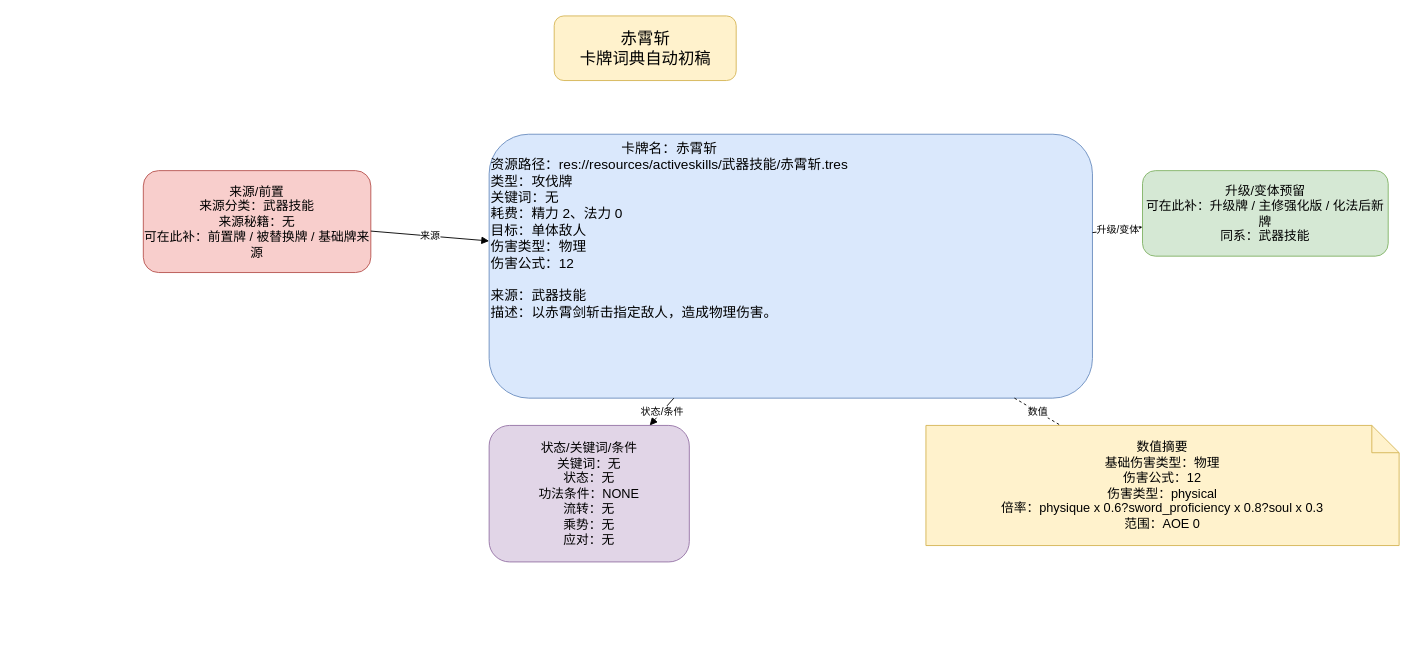
ankundanetracyc-spec/tian-guan-you-du keeps this draw.io diagram as page "赤霄斩" (1 of 2) of docs/卡牌词典/武器技能/赤霄斩.drawio. Above is the earlier version. Source tidied: cells renumbered, new cells numbered last; positions are measured from the earlier drawing's top-left corner, leaving out a move shared by most shapes. Both pictures are drawn from the tidied source at 91%, with x=0, y=0 at pixel (143, 15).
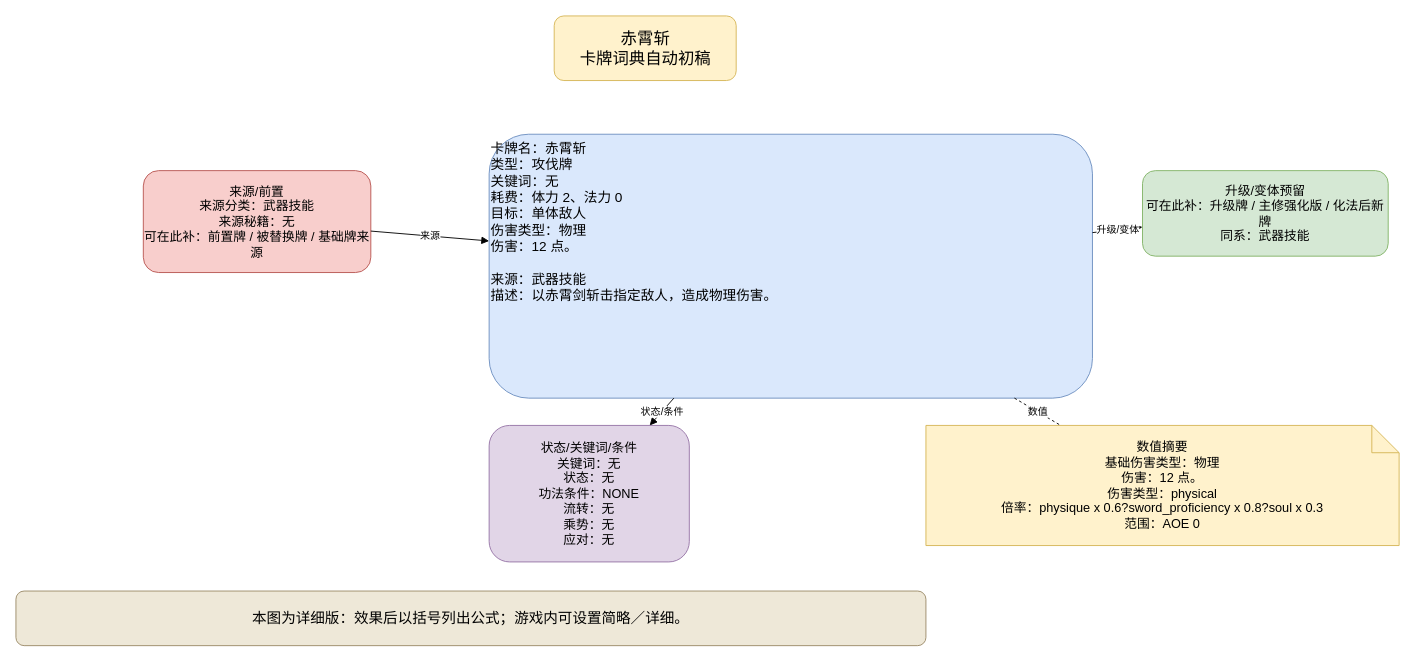
After the change.

Change to the diagram source:
```diff
@@
 <mxGraphModel>
   <root>
     <mxCell id="0" />
     <mxCell id="1" parent="0" />
     <mxCell id="2" value="赤霄斩&#10;卡牌词典自动初稿" style="rounded=1;whiteSpace=wrap;html=1;fillColor=#fff2cc;strokeColor=#d6b656;fontSize=18;" parent="1" vertex="1">
       <mxGeometry x="451.5" width="200" height="71" as="geometry" />
     </mxCell>
-    <mxCell id="3" value="&lt;div style=&quot;text-align:center;&quot;&gt;卡牌名：赤霄斩&lt;/div&gt;&lt;div style=&quot;text-align:left;&quot;&gt;资源路径：res://resources/activeskills/武器技能/赤霄斩.tres&lt;br&gt;类型：攻伐牌&lt;br&gt;关键词：无&lt;br&gt;耗费：精力 2、法力 0&lt;br&gt;目标：单体敌人&lt;br&gt;伤害类型：物理&lt;br&gt;伤害公式：12&lt;/div&gt;&lt;br&gt;来源：武器技能&lt;br&gt;描述：以赤霄剑斩击指定敌人，造成物理伤害。" style="rounded=1;whiteSpace=wrap;html=1;fillColor=#dae8fc;strokeColor=#6c8ebf;fontSize=15;align=left;verticalAlign=top;" parent="1" vertex="1">
+    <mxCell id="3" value="卡牌名：赤霄斩&#10;类型：攻伐牌&#10;关键词：无&#10;耗费：体力 2、法力 0&#10;目标：单体敌人&#10;伤害类型：物理&#10;伤害：12 点。&#10;&#10;来源：武器技能&#10;描述：以赤霄剑斩击指定敌人，造成物理伤害。" style="rounded=1;whiteSpace=wrap;html=1;fillColor=#dae8fc;strokeColor=#6c8ebf;fontSize=15;align=left;verticalAlign=top;" parent="1" vertex="1">
       <mxGeometry x="380" y="130" width="663" height="290" as="geometry" />
     </mxCell>
     <mxCell id="4" value="来源/前置&#10;来源分类：武器技能&#10;来源秘籍：无&#10;可在此补：前置牌 / 被替换牌 / 基础牌来源" style="rounded=1;whiteSpace=wrap;html=1;fillColor=#f8cecc;strokeColor=#b85450;fontSize=14;" parent="1" vertex="1">
       <mxGeometry y="170" width="250" height="112" as="geometry" />
     </mxCell>
     <mxCell id="5" value="升级/变体预留&#10;可在此补：升级牌 / 主修强化版 / 化法后新牌&#10;同系：武器技能" style="rounded=1;whiteSpace=wrap;html=1;fillColor=#d5e8d4;strokeColor=#82b366;fontSize=14;" parent="1" vertex="1">
       <mxGeometry x="1098" y="170" width="270" height="94" as="geometry" />
     </mxCell>
     <mxCell id="6" value="状态/关键词/条件&#10;关键词：无&#10;状态：无&#10;功法条件：NONE&#10;流转：无&#10;乘势：无&#10;应对：无" style="rounded=1;whiteSpace=wrap;html=1;fillColor=#e1d5e7;strokeColor=#9673a6;fontSize=14;" parent="1" vertex="1">
       <mxGeometry x="380" y="450" width="220" height="150" as="geometry" />
     </mxCell>
-    <mxCell id="7" value="数值摘要&lt;br&gt;基础伤害类型：物理&lt;br&gt;伤害公式：12&lt;br&gt;伤害类型：physical&lt;br&gt;倍率：physique x 0.6?sword_proficiency x 0.8?soul x 0.3&lt;br&gt;范围：AOE 0" style="shape=note;whiteSpace=wrap;html=1;fillColor=#fff2cc;strokeColor=#d6b656;fontSize=14;" parent="1" vertex="1">
+    <mxCell id="7" value="数值摘要&lt;br&gt;基础伤害类型：物理&lt;br&gt;伤害：12 点。&lt;br&gt;伤害类型：physical&lt;br&gt;倍率：physique x 0.6?sword_proficiency x 0.8?soul x 0.3&lt;br&gt;范围：AOE 0" style="shape=note;whiteSpace=wrap;html=1;fillColor=#fff2cc;strokeColor=#d6b656;fontSize=14;" parent="1" vertex="1">
       <mxGeometry x="860" y="450" width="520" height="132" as="geometry" />
     </mxCell>
     <mxCell id="8" value="来源" style="endArrow=block;html=1;rounded=0;" parent="1" edge="1" source="4" target="3">
       <mxGeometry relative="1" as="geometry" />
     </mxCell>
     <mxCell id="9" value="升级/变体" style="endArrow=block;html=1;rounded=0;" parent="1" edge="1" source="3" target="5">
       <mxGeometry relative="1" as="geometry" />
     </mxCell>
     <mxCell id="10" value="状态/条件" style="endArrow=block;html=1;rounded=0;" parent="1" edge="1" source="3" target="6">
       <mxGeometry relative="1" as="geometry" />
     </mxCell>
     <mxCell id="11" value="数值" style="endArrow=none;dashed=1;html=1;" parent="1" edge="1" source="3" target="7">
       <mxGeometry relative="1" as="geometry" />
     </mxCell>
+    <mxCell id="12" value="本图为详细版：效果后以括号列出公式；游戏内可设置简略／详细。" style="rounded=1;whiteSpace=wrap;html=1;fillColor=#eee8d8;strokeColor=#9a8967;fontSize=16;" parent="1" vertex="1">
+      <mxGeometry x="-140" y="632" width="1000" height="60" as="geometry" />
+    </mxCell>
   </root>
 </mxGraphModel>
```
